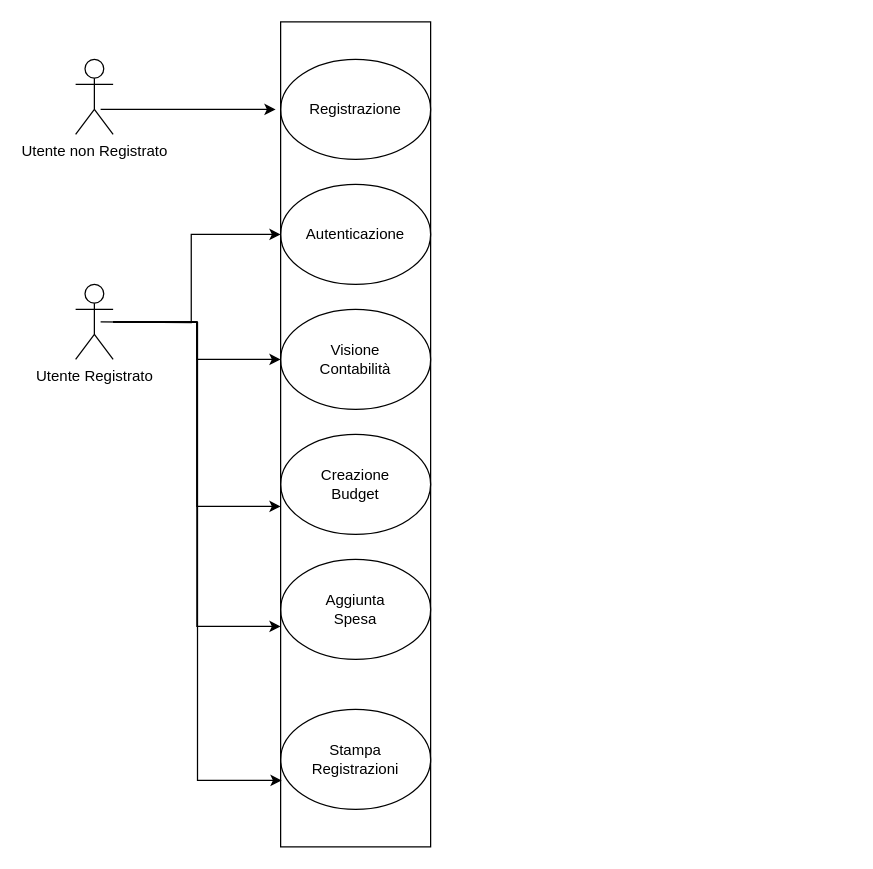
Earlier version of the draw.io diagram Portafoglio/Uml Casi d'Uso.drawio (IngSW-unipv/Progetto-AC23). Source tidied: cells renumbered, new cells numbered last; positions are measured from the earlier drawing's top-left corner, leaving out a move shared by most shapes. Both pictures are drawn from the tidied source at 125%, with x=0, y=0 at pixel (75, 21).
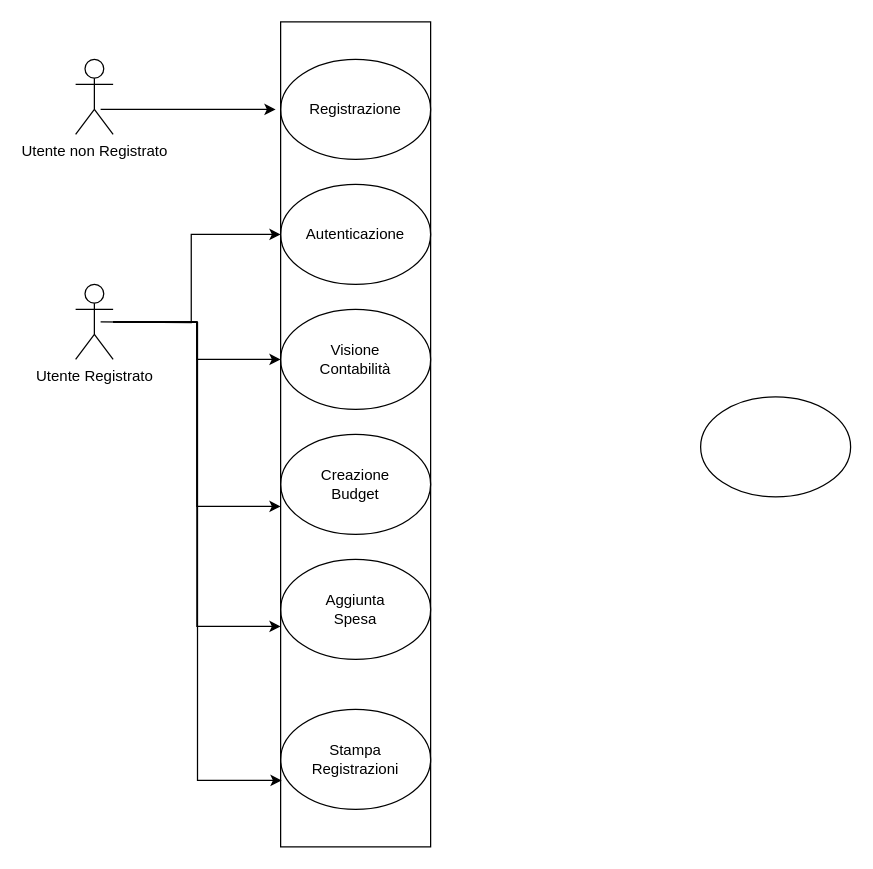
After the change.

The edit, as a diff of the source:
```diff
@@
+    <mxCell id="17" style="ellipse;whiteSpace=wrap;html=1;" parent="1" vertex="1">
+      <mxGeometry x="500" y="300" width="120" height="80" as="geometry" />
+    </mxCell>
```
